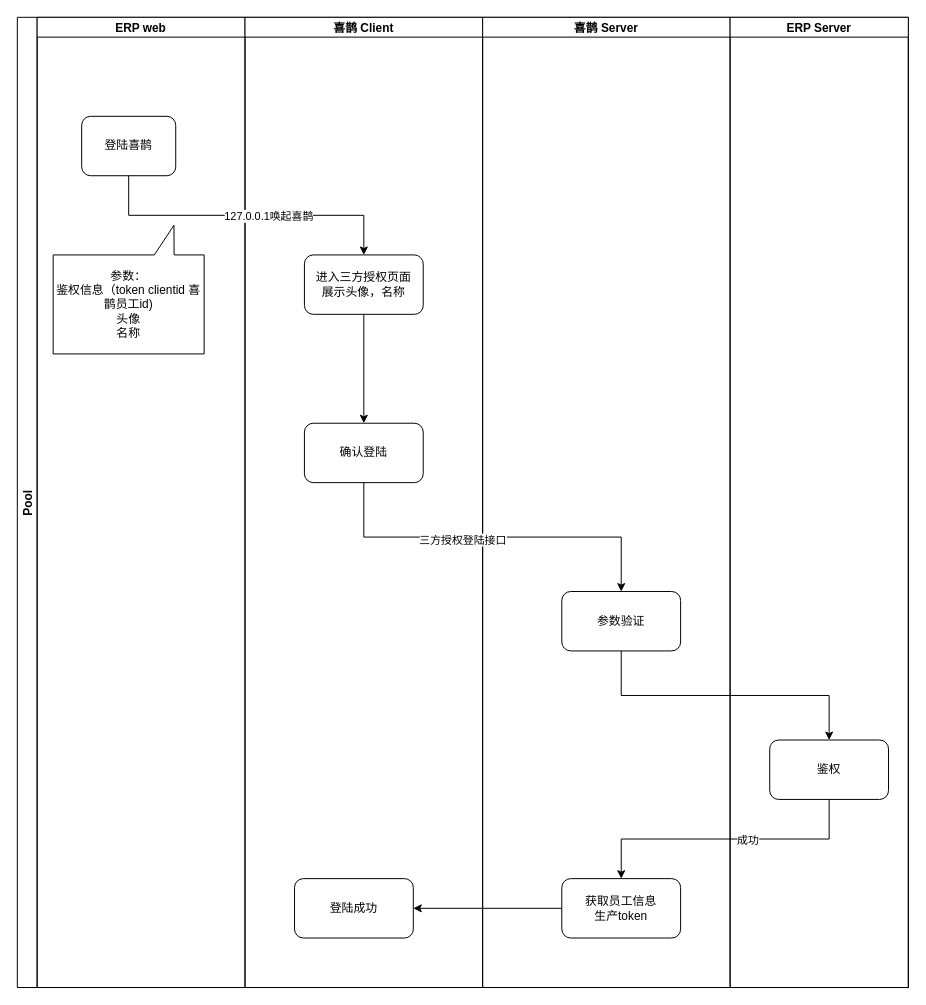
Before: 未命名绘图.drawio in zhuhuifei/draw.io, a draw.io diagram. Source tidied: cells renumbered, new cells numbered last; positions are measured from the earlier drawing's top-left corner, leaving out a move shared by most shapes. Both pictures are drawn from the tidied source at 99%, with x=0, y=0 at pixel (17, 17).
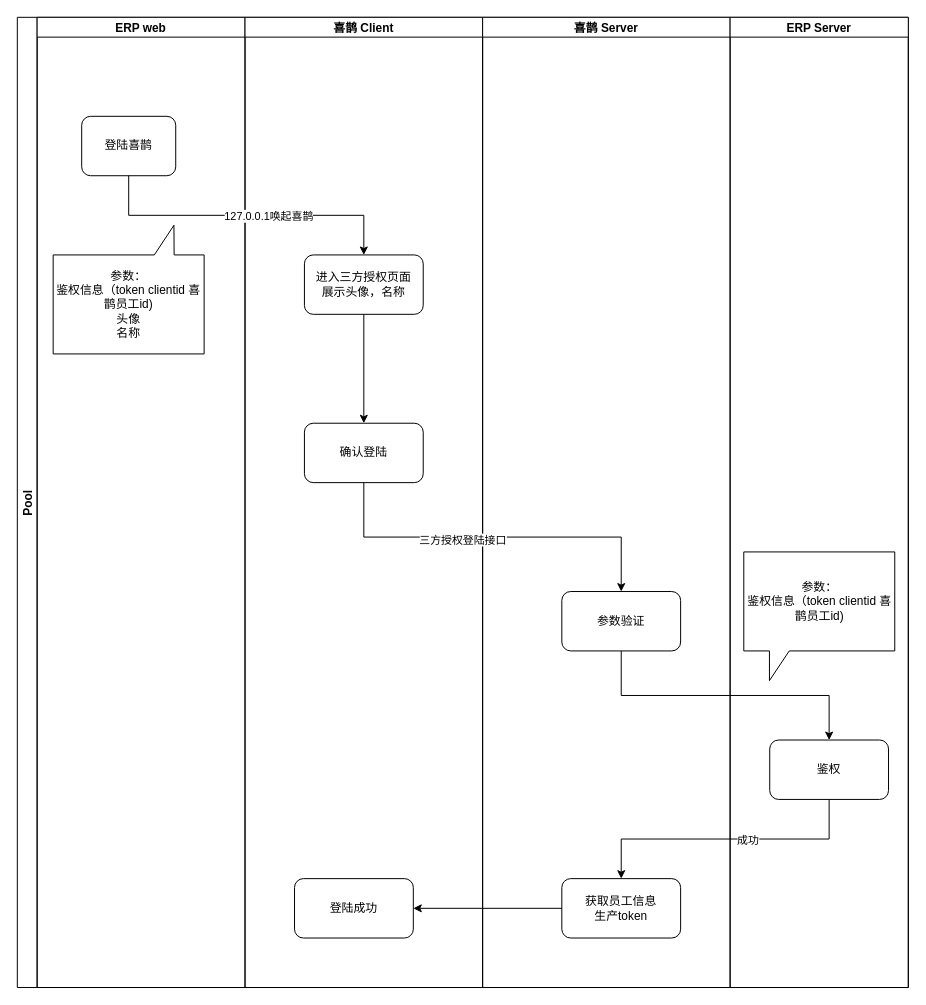
After the change.

Commit message (it also covers changes not shown here):
更新未命名绘图.drawio

The change refers to these unchanged cells:
```xml
<mxCell id="14" value="ERP Server" style="swimlane;startSize=20;" parent="2" vertex="1">
  <mxGeometry x="720" width="180" height="980" as="geometry" />
</mxCell>
```

What changed in the source:
```diff
@@
+    <mxCell id="26" value="参数：&lt;br&gt;鉴权信息（token clientid 喜鹊员工id)" style="shape=callout;whiteSpace=wrap;html=1;perimeter=calloutPerimeter;rotation=0;align=center;position2=0.17;base=20;size=30;position=0.17;flipV=0;" parent="14" vertex="1">
+      <mxGeometry x="13.8" y="540" width="152.5" height="130" as="geometry" />
+    </mxCell>
```
